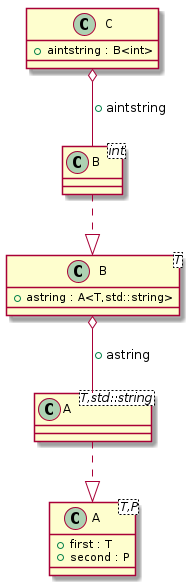
bkryza/clang-uml keeps this PlantUML diagram as docs/test_cases/t00010_class.png. Above is the earlier version.
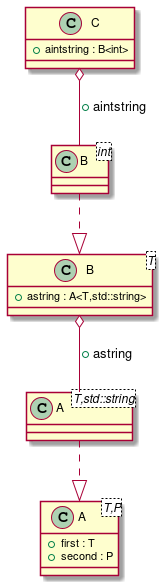
After the change.

What changed in the source:
```diff
@@ -1,35 +1,35 @@
 @startuml
-class "A<T,P>" as C_0000000111
+class "A<T,P>" as C_0000000159
 
-class "A<T,std::string>" as C_0000000114
+class "A<T,std::string>" as C_0000000162
 
-class "B<T>" as C_0000000113
+class "B<T>" as C_0000000161
 
-class "B<int>" as C_0000000118
+class "B<int>" as C_0000000166
 
-class "C" as C_0000000117
+class "C" as C_0000000165
 
-class C_0000000111 {
+class C_0000000159 {
 +first : T
 +second : P
 }
 
-class C_0000000114 {
+class C_0000000162 {
 }
-C_0000000114 ..|> C_0000000111
+C_0000000162 ..|> C_0000000159
 
-class C_0000000113 {
+class C_0000000161 {
 +astring : A<T,std::string>
 }
-C_0000000113 o-- C_0000000114 : +astring
+C_0000000161 o-- C_0000000162 : +astring
 
-class C_0000000118 {
+class C_0000000166 {
 }
-C_0000000118 ..|> C_0000000113
+C_0000000166 ..|> C_0000000161
 
-class C_0000000117 {
+class C_0000000165 {
 +aintstring : B<int>
 }
-C_0000000117 o-- C_0000000118 : +aintstring
+C_0000000165 o-- C_0000000166 : +aintstring
 
 @enduml
```
